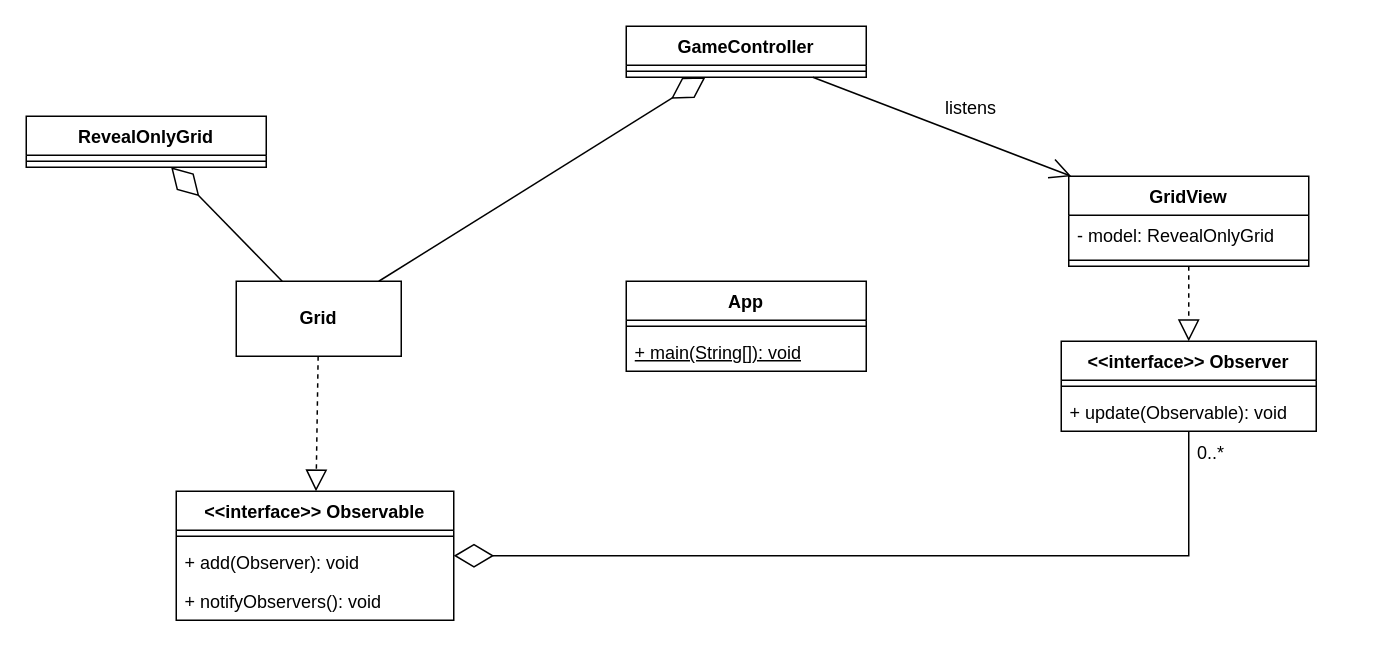
The draw.io diagram specification/architecture.drawio in mgmu/minesweeper, before the edit. Source tidied: cells renumbered, new cells numbered last; positions are measured from the earlier drawing's top-left corner, leaving out a move shared by most shapes. Both pictures are drawn from the tidied source at 150%, with x=0, y=0 at pixel (26, 26).
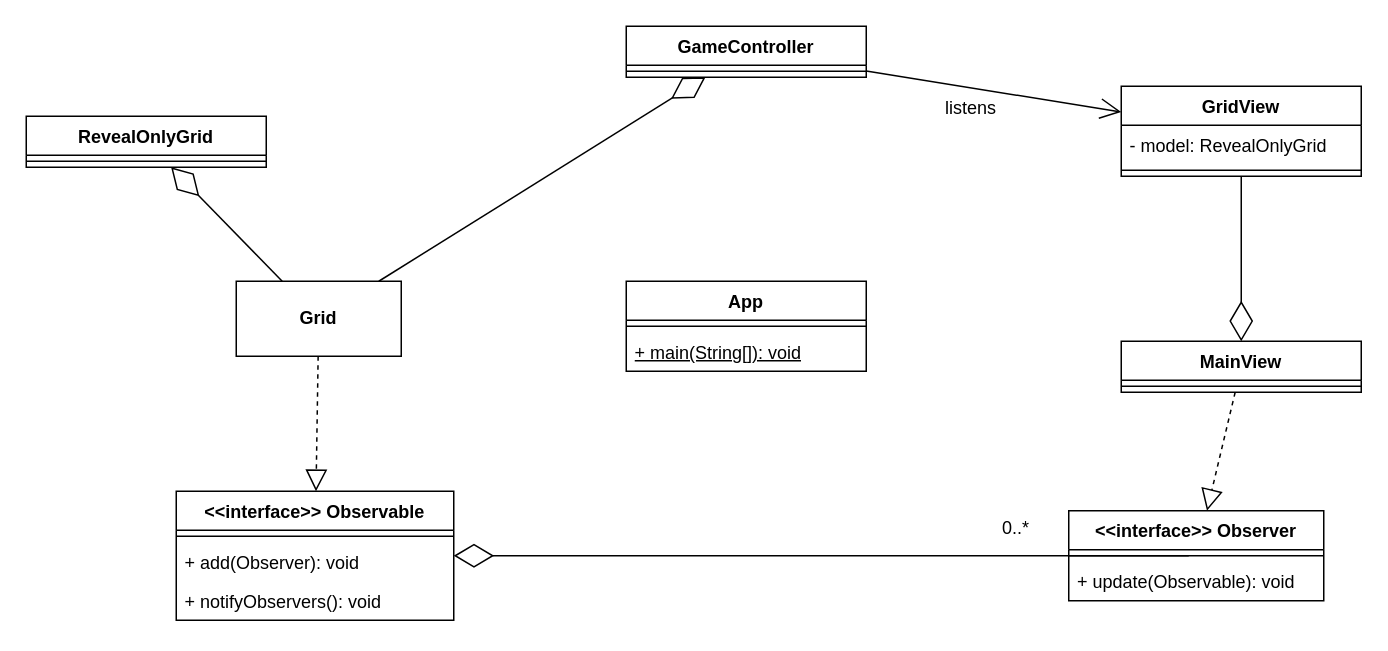
The same page after the edit.

Diff of the diagram source:
```diff
@@
     <mxCell id="7" value="GridView" style="swimlane;fontStyle=1;align=center;verticalAlign=top;horizontal=1;startSize=26;whiteSpace=wrap;html=1;" parent="1" vertex="1">
-      <mxGeometry x="695" y="100" width="160" height="60" as="geometry" />
+      <mxGeometry x="730" y="40" width="160" height="60" as="geometry" />
     </mxCell>
@@
     <mxCell id="15" value="&amp;lt;&amp;lt;interface&amp;gt;&amp;gt; Observer" style="swimlane;fontStyle=1;align=center;verticalAlign=top;horizontal=1;startSize=26;whiteSpace=wrap;html=1;" parent="1" vertex="1">
-      <mxGeometry x="690" y="210" width="170" height="60" as="geometry" />
+      <mxGeometry x="695" y="323" width="170" height="60" as="geometry" />
     </mxCell>
@@
-    <mxCell id="23" style="endArrow=block;dashed=1;endFill=0;endSize=12;html=1;rounded=0;" parent="1" edge="1" source="7" target="15">
+    <mxCell id="23" style="endArrow=block;dashed=1;endFill=0;endSize=12;html=1;rounded=0;" parent="1" edge="1" source="28" target="15">
       <mxGeometry relative="1" as="geometry" />
     </mxCell>
@@
     <mxCell id="25" value="0..*" style="text;html=1;strokeColor=none;fillColor=none;align=center;verticalAlign=middle;whiteSpace=wrap;rounded=0;" parent="1" vertex="1">
-      <mxGeometry x="760" y="270" width="60" height="30" as="geometry" />
+      <mxGeometry x="630" y="320" width="60" height="30" as="geometry" />
     </mxCell>
@@
+    <mxCell id="28" value="MainView" style="swimlane;fontStyle=1;align=center;verticalAlign=top;horizontal=1;startSize=26;whiteSpace=wrap;html=1;" parent="1" vertex="1">
+      <mxGeometry x="730" y="210" width="160" height="34" as="geometry" />
+    </mxCell>
+    <mxCell id="29" style="line;strokeWidth=1;fillColor=none;align=left;verticalAlign=middle;spacingTop=-1;spacingLeft=3;spacingRight=3;labelPosition=right;strokeColor=inherit;" parent="28" vertex="1">
+      <mxGeometry y="26" width="160" height="8" as="geometry" />
+    </mxCell>
+    <mxCell id="30" style="endArrow=diamondThin;endFill=0;endSize=24;html=1;rounded=0;" parent="1" edge="1" source="7" target="28">
+      <mxGeometry relative="1" as="geometry" />
+    </mxCell>
```
